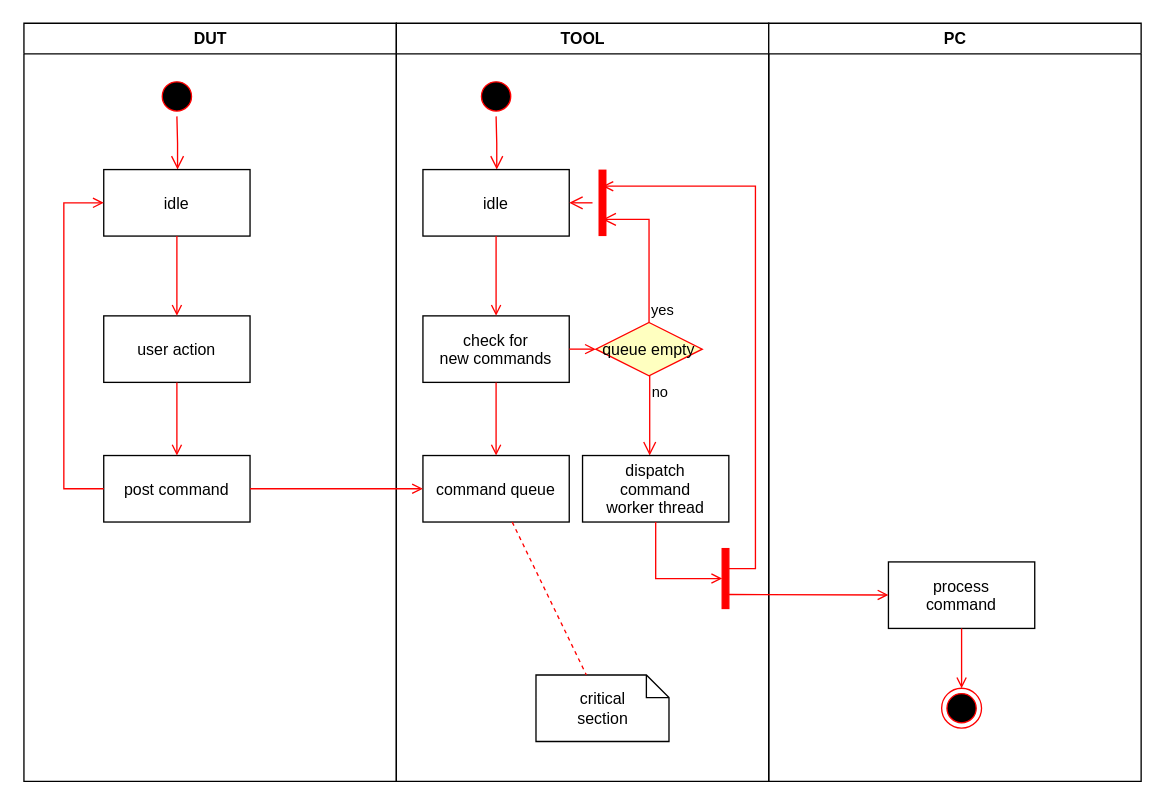
anhvanthe/01_my_drawio keeps this draw.io diagram as Untitled Diagram.drawio. Above is the earlier version. Source tidied: cells renumbered, new cells numbered last; positions are measured from the earlier drawing's top-left corner, leaving out a move shared by most shapes. Both pictures are drawn from the tidied source at 133%, with x=0, y=0 at pixel (23, 23).
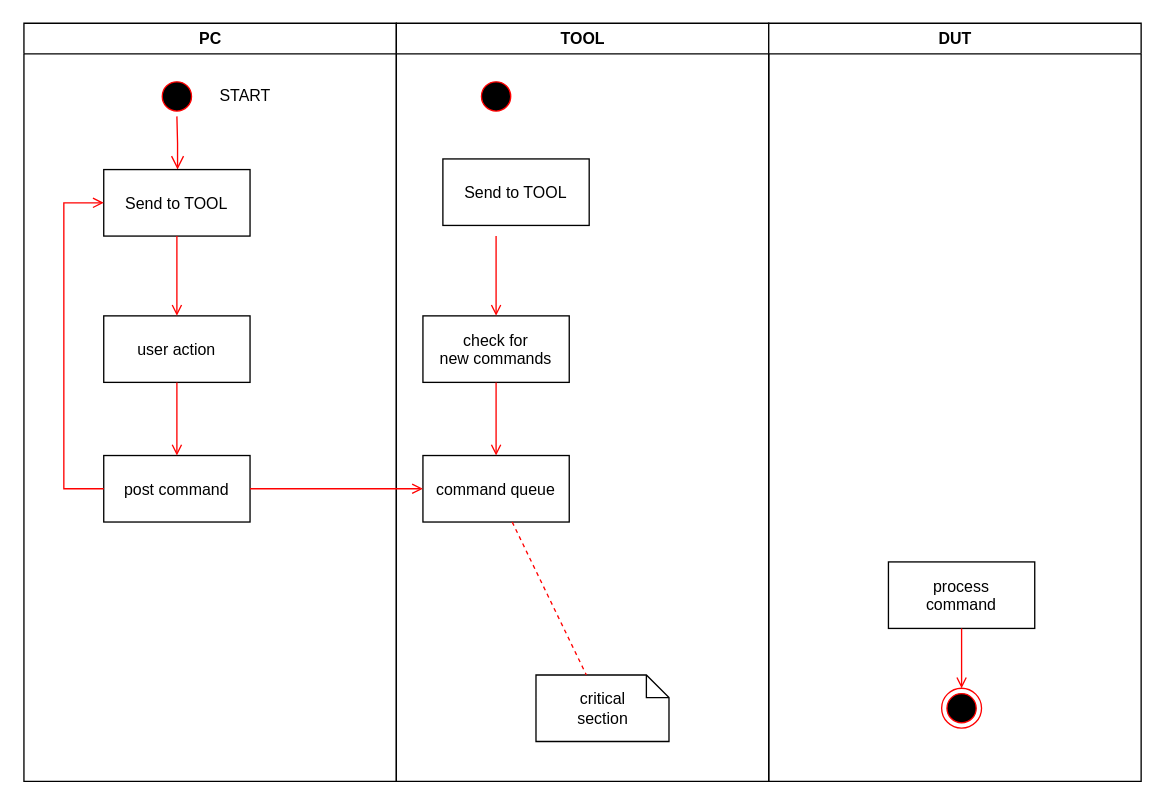
The same page after the edit.

The change refers to these unchanged cells:
```xml
<mxCell id="11" value="TOOL" style="swimlane;whiteSpace=wrap;" parent="1" vertex="1">
  <mxGeometry x="280.5" width="280" height="570" as="geometry" />
</mxCell>
<mxCell id="12" style="ellipse;shape=startState;fillColor=#000000;strokeColor=#ff0000;" parent="11" vertex="1">
  <mxGeometry x="60" y="40" width="30" height="30" as="geometry" />
</mxCell>
<mxCell id="15" value="check for &#10;new commands" parent="11" vertex="1">
  <mxGeometry x="20" y="220" width="110" height="50" as="geometry" />
</mxCell>
<mxCell id="31" value="process&#10;command" parent="30" vertex="1">
  <mxGeometry x="90" y="405" width="110" height="50" as="geometry" />
</mxCell>
```

What changed in the source:
```diff
@@
-    <mxCell id="2" value="DUT" style="swimlane;whiteSpace=wrap;" parent="1" vertex="1">
+    <mxCell id="2" value="PC" style="swimlane;whiteSpace=wrap;" parent="1" vertex="1">
       <mxGeometry x="0.5" width="280" height="570" as="geometry" />
     </mxCell>
@@
-    <mxCell id="5" value="idle" parent="2" vertex="1">
+    <mxCell id="5" value="Send to TOOL" parent="2" vertex="1">
       <mxGeometry x="60" y="110" width="110" height="50" as="geometry" />
     </mxCell>
@@
+    <mxCell id="37" value="START" style="text;html=1;align=left;verticalAlign=top;spacingTop=-4;" parent="2" vertex="1">
+      <mxGeometry x="145" y="45" width="50" height="20" as="geometry" />
+    </mxCell>
@@
-    <mxCell id="13" style="edgeStyle=elbowEdgeStyle;elbow=horizontal;verticalAlign=bottom;endArrow=open;endSize=8;strokeColor=#FF0000;endFill=1;rounded=0;" parent="11" edge="1" source="12" target="14">
-      <mxGeometry x="40" y="20" as="geometry" />
-    </mxCell>
-    <mxCell id="14" value="idle" parent="11" vertex="1">
-      <mxGeometry x="20" y="110" width="110" height="50" as="geometry" />
-    </mxCell>
@@
-    <mxCell id="16" style="endArrow=open;strokeColor=#FF0000;endFill=1;rounded=0;" parent="11" edge="1" source="14" target="15">
-      <mxGeometry relative="1" as="geometry" />
+    <mxCell id="16" style="endArrow=open;strokeColor=#FF0000;endFill=1;rounded=0;" parent="11" edge="1" target="15">
+      <mxGeometry relative="1" as="geometry">
+        <mxPoint x="75" y="160" as="sourcePoint" />
+      </mxGeometry>
     </mxCell>
@@
-    <mxCell id="19" value="queue empty" style="rhombus;fillColor=#ffffc0;strokeColor=#ff0000;" parent="11" vertex="1">
-      <mxGeometry x="150" y="225" width="80" height="40" as="geometry" />
-    </mxCell>
-    <mxCell id="20" value="yes" style="edgeStyle=elbowEdgeStyle;elbow=horizontal;align=left;verticalAlign=bottom;endArrow=open;endSize=8;strokeColor=#FF0000;exitX=0.5;exitY=0;endFill=1;rounded=0;entryX=0.75;entryY=0.5;entryPerimeter=0;" parent="11" edge="1" source="19" target="23">
-      <mxGeometry x="-1" relative="1" as="geometry">
-        <Array as="points">
-          <mxPoint x="190" y="180" />
-        </Array>
-      </mxGeometry>
-    </mxCell>
-    <mxCell id="21" value="no" style="edgeStyle=elbowEdgeStyle;elbow=horizontal;align=left;verticalAlign=top;endArrow=open;endSize=8;strokeColor=#FF0000;endFill=1;rounded=0;" parent="11" edge="1" source="19" target="25">
-      <mxGeometry x="-1" relative="1" as="geometry" />
-    </mxCell>
-    <mxCell id="22" style="endArrow=open;strokeColor=#FF0000;endFill=1;rounded=0;" parent="11" edge="1" source="15" target="19">
-      <mxGeometry relative="1" as="geometry" />
-    </mxCell>
-    <mxCell id="23" style="shape=line;strokeWidth=6;strokeColor=#ff0000;rotation=90;" parent="11" vertex="1">
-      <mxGeometry x="130" y="127.5" width="50" height="15" as="geometry" />
-    </mxCell>
-    <mxCell id="24" style="edgeStyle=elbowEdgeStyle;elbow=horizontal;verticalAlign=bottom;endArrow=open;endSize=8;strokeColor=#FF0000;endFill=1;rounded=0;" parent="11" edge="1" source="23" target="14">
-      <mxGeometry x="130" y="90" as="geometry" />
-    </mxCell>
-    <mxCell id="25" value="dispatch&#10;command&#10;worker thread" parent="11" vertex="1">
-      <mxGeometry x="140" y="325" width="110" height="50" as="geometry" />
-    </mxCell>
@@
-    <mxCell id="28" style="whiteSpace=wrap;strokeColor=#FF0000;fillColor=#FF0000;" parent="11" vertex="1">
-      <mxGeometry x="245" y="395" width="5" height="45" as="geometry" />
-    </mxCell>
-    <mxCell id="29" style="edgeStyle=elbowEdgeStyle;elbow=horizontal;entryX=0;entryY=0.5;strokeColor=#FF0000;endArrow=open;endFill=1;rounded=0;" parent="11" edge="1" source="25" target="28">
-      <mxGeometry relative="1" as="geometry">
-        <Array as="points">
-          <mxPoint x="195" y="400" />
-        </Array>
-      </mxGeometry>
-    </mxCell>
+    <mxCell id="38" value="Send to TOOL" parent="11" vertex="1">
+      <mxGeometry x="35" y="102" width="110" height="50" as="geometry" />
+    </mxCell>
-    <mxCell id="30" value="PC" style="swimlane;whiteSpace=wrap;" parent="1" vertex="1">
+    <mxCell id="30" value="DUT" style="swimlane;whiteSpace=wrap;startSize=23;" parent="1" vertex="1">
       <mxGeometry x="560.5" width="280" height="570" as="geometry" />
     </mxCell>
@@
-    <mxCell id="32" style="edgeStyle=elbowEdgeStyle;elbow=horizontal;strokeColor=#FF0000;endArrow=open;endFill=1;rounded=0;entryX=0.25;entryY=0.5;entryPerimeter=0;" parent="30" edge="1" target="23">
-      <mxGeometry relative="1" as="geometry">
-        <mxPoint x="-30" y="410" as="sourcePoint" />
-        <Array as="points">
-          <mxPoint x="-10" y="135" />
-        </Array>
-      </mxGeometry>
-    </mxCell>
-    <mxCell id="33" style="edgeStyle=none;strokeColor=#FF0000;endArrow=open;endFill=1;rounded=0;" parent="30" edge="1" target="31">
-      <mxGeometry relative="1" as="geometry">
-        <mxPoint x="-30" y="429.5" as="sourcePoint" />
-      </mxGeometry>
-    </mxCell>
```
